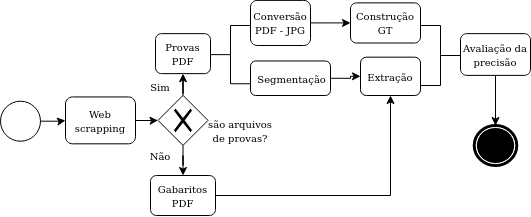
The draw.io diagram Untitled Diagram.png in karinawie/process-diagram, before a commit. Source tidied: cells renumbered, new cells last; positions are measured from the earlier drawing's top-left corner, leaving out a move shared by most shapes. Its diagram source:
```xml
<mxGraphModel background="#ffffff">
  <root>
    <mxCell id="0" />
    <mxCell id="1" parent="0" />
    <mxCell id="2" style="edgeStyle=orthogonalEdgeStyle;rounded=0;jettySize=auto;html=1;" parent="1" edge="1" source="3" target="19">
      <mxGeometry relative="1" as="geometry" />
    </mxCell>
    <mxCell id="3" value="&lt;font style=&quot;font-size: 10px&quot;&gt;Web scrapping&lt;/font&gt;" style="shape=ext;rounded=1;html=1;whiteSpace=wrap;" parent="1" vertex="1">
      <mxGeometry x="65" y="96.4" width="70" height="46.9" as="geometry" />
    </mxCell>
    <mxCell id="4" value="&lt;font style=&quot;font-size: 10px&quot;&gt;Extração&lt;/font&gt;" style="html=1;whiteSpace=wrap;rounded=1;" parent="1" vertex="1">
      <mxGeometry x="360" y="56.7" width="60" height="38.3" as="geometry" />
    </mxCell>
    <mxCell id="5" value="&lt;font style=&quot;font-size: 10px&quot;&gt;Construção GT &lt;/font&gt;" style="html=1;whiteSpace=wrap;rounded=1;" parent="1" vertex="1">
      <mxGeometry x="350" y="2.4" width="70" height="40.1" as="geometry" />
    </mxCell>
    <mxCell id="6" style="edgeStyle=orthogonalEdgeStyle;rounded=0;jettySize=auto;html=1;entryX=0;entryY=0.5;entryDx=0;entryDy=0;" parent="1" edge="1" source="7" target="4">
      <mxGeometry relative="1" as="geometry" />
    </mxCell>
    <mxCell id="7" value="&lt;div&gt;&lt;font style=&quot;font-size: 10px&quot;&gt;&amp;nbsp;Segmentação&lt;br&gt;&lt;/font&gt;&lt;/div&gt;" style="shape=ext;rounded=1;html=1;whiteSpace=wrap;" parent="1" vertex="1">
      <mxGeometry x="250" y="60.5" width="80" height="34.5" as="geometry" />
    </mxCell>
    <mxCell id="8" style="html=1;shape=mxgraph.flowchart.annotation_2;align=left;labelPosition=right;" parent="1" vertex="1">
      <mxGeometry x="210" y="25" width="40" height="58.2" as="geometry" />
    </mxCell>
    <mxCell id="9" style="edgeStyle=orthogonalEdgeStyle;rounded=0;jettySize=auto;html=1;" parent="1" edge="1" source="10" target="13">
      <mxGeometry relative="1" as="geometry">
        <Array as="points">
          <mxPoint x="505" y="150" />
        </Array>
      </mxGeometry>
    </mxCell>
    <mxCell id="10" value="&lt;font style=&quot;font-size: 10px&quot;&gt;Avaliação da precisão&lt;/font&gt;" style="html=1;whiteSpace=wrap;rounded=1;" parent="1" vertex="1">
      <mxGeometry x="460" y="33.1" width="70" height="41.8" as="geometry" />
    </mxCell>
    <mxCell id="11" style="edgeStyle=orthogonalEdgeStyle;rounded=0;jettySize=auto;html=1;entryX=0;entryY=0.5;entryDx=0;entryDy=0;" parent="1" edge="1" source="12" target="5">
      <mxGeometry relative="1" as="geometry" />
    </mxCell>
    <mxCell id="12" value="&lt;font style=&quot;font-size: 10px&quot;&gt;Conversão PDF - JPG&lt;/font&gt;" style="html=1;whiteSpace=wrap;rounded=1;" parent="1" vertex="1">
      <mxGeometry x="250" y="-0.1" width="60" height="45.1" as="geometry" />
    </mxCell>
    <mxCell id="13" style="shape=mxgraph.bpmn.shape;html=1;verticalLabelPosition=bottom;labelBackgroundColor=#ffffff;verticalAlign=top;align=center;perimeter=ellipsePerimeter;outlineConnect=0;outline=end;symbol=terminate;" parent="1" vertex="1">
      <mxGeometry x="473.8" y="125" width="42.5" height="40" as="geometry" />
    </mxCell>
    <mxCell id="14" value="&lt;font style=&quot;font-size: 10px&quot;&gt;Provas PDF&lt;/font&gt;" style="shape=ext;rounded=1;html=1;whiteSpace=wrap;" parent="1" vertex="1">
      <mxGeometry x="155" y="33.1" width="55" height="40" as="geometry" />
    </mxCell>
    <mxCell id="15" style="edgeStyle=orthogonalEdgeStyle;rounded=0;jettySize=auto;html=1;entryX=0.5;entryY=1;entryDx=0;entryDy=0;" parent="1" edge="1" source="16" target="4">
      <mxGeometry relative="1" as="geometry" />
    </mxCell>
    <mxCell id="16" value="&lt;font style=&quot;font-size: 10px&quot;&gt;Gabaritos PDF&lt;/font&gt;" style="shape=ext;rounded=1;html=1;whiteSpace=wrap;" parent="1" vertex="1">
      <mxGeometry x="150" y="175" width="65" height="40" as="geometry" />
    </mxCell>
    <mxCell id="17" style="edgeStyle=orthogonalEdgeStyle;rounded=0;jettySize=auto;html=1;" parent="1" edge="1" source="19" target="14">
      <mxGeometry relative="1" as="geometry" />
    </mxCell>
    <mxCell id="18" style="edgeStyle=orthogonalEdgeStyle;rounded=0;jettySize=auto;html=1;" parent="1" edge="1" source="19" target="16">
      <mxGeometry relative="1" as="geometry" />
    </mxCell>
    <mxCell id="19" style="shape=mxgraph.bpmn.shape;html=1;verticalLabelPosition=bottom;labelBackgroundColor=#ffffff;verticalAlign=top;align=center;perimeter=rhombusPerimeter;background=gateway;outlineConnect=0;outline=none;symbol=exclusiveGw;" parent="1" vertex="1">
      <mxGeometry x="157.5" y="94.9" width="50" height="50" as="geometry" />
    </mxCell>
    <mxCell id="20" value="&lt;font style=&quot;font-size: 10px&quot;&gt;são arquivos de provas?&lt;/font&gt;" style="text;html=1;strokeColor=none;fillColor=none;align=center;verticalAlign=middle;whiteSpace=wrap;rounded=0;" parent="1" vertex="1">
      <mxGeometry x="200" y="125" width="80" height="10" as="geometry" />
    </mxCell>
    <mxCell id="21" value="&lt;font style=&quot;font-size: 10px&quot;&gt;Sim&lt;/font&gt;" style="text;html=1;strokeColor=none;fillColor=none;align=center;verticalAlign=middle;whiteSpace=wrap;rounded=0;" parent="1" vertex="1">
      <mxGeometry x="140" y="76.4" width="40" height="20" as="geometry" />
    </mxCell>
    <mxCell id="22" value="&lt;div&gt;&lt;font style=&quot;font-size: 10px&quot;&gt;Não&lt;/font&gt;&lt;/div&gt;" style="text;html=1;strokeColor=none;fillColor=none;align=center;verticalAlign=middle;whiteSpace=wrap;rounded=0;" parent="1" vertex="1">
      <mxGeometry x="140" y="145" width="40" height="20" as="geometry" />
    </mxCell>
    <mxCell id="23" style="html=1;shape=mxgraph.flowchart.annotation_2;align=left;labelPosition=right;direction=west;" parent="1" vertex="1">
      <mxGeometry x="420" y="25" width="40" height="60" as="geometry" />
    </mxCell>
    <mxCell id="24" style="edgeStyle=orthogonalEdgeStyle;rounded=0;orthogonalLoop=1;jettySize=auto;html=1;exitX=0.5;exitY=1;exitDx=0;exitDy=0;" parent="1" edge="1" source="20" target="20">
      <mxGeometry relative="1" as="geometry" />
    </mxCell>
    <mxCell id="25" style="edgeStyle=orthogonalEdgeStyle;rounded=0;jettySize=auto;html=1;" parent="1" edge="1" source="26" target="3">
      <mxGeometry relative="1" as="geometry" />
    </mxCell>
    <mxCell id="26" style="ellipse;whiteSpace=wrap;html=1;" parent="1" vertex="1">
      <mxGeometry y="100.7" width="40" height="40" as="geometry" />
    </mxCell>
  </root>
</mxGraphModel>
```
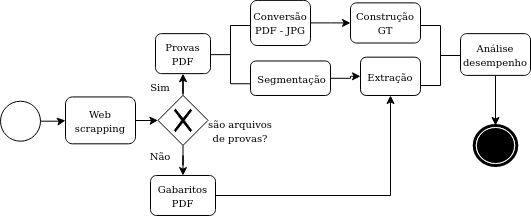
Later version of the same file.

The edit, as a diff of the source:
```diff
@@ -30,7 +30,7 @@
         </Array>
       </mxGeometry>
     </mxCell>
-    <mxCell id="10" value="&lt;font style=&quot;font-size: 10px&quot;&gt;Avaliação da precisão&lt;/font&gt;" style="html=1;whiteSpace=wrap;rounded=1;" parent="1" vertex="1">
+    <mxCell id="10" value="&lt;font style=&quot;font-size: 10px&quot;&gt;Análise desempenho&lt;font style=&quot;font-size: 10px&quot;&gt;&lt;br&gt;&lt;/font&gt;&lt;/font&gt;" style="html=1;whiteSpace=wrap;rounded=1;" parent="1" vertex="1">
       <mxGeometry x="460" y="33.1" width="70" height="41.8" as="geometry" />
     </mxCell>
     <mxCell id="11" style="edgeStyle=orthogonalEdgeStyle;rounded=0;jettySize=auto;html=1;entryX=0;entryY=0.5;entryDx=0;entryDy=0;" parent="1" edge="1" source="12" target="5">
```
